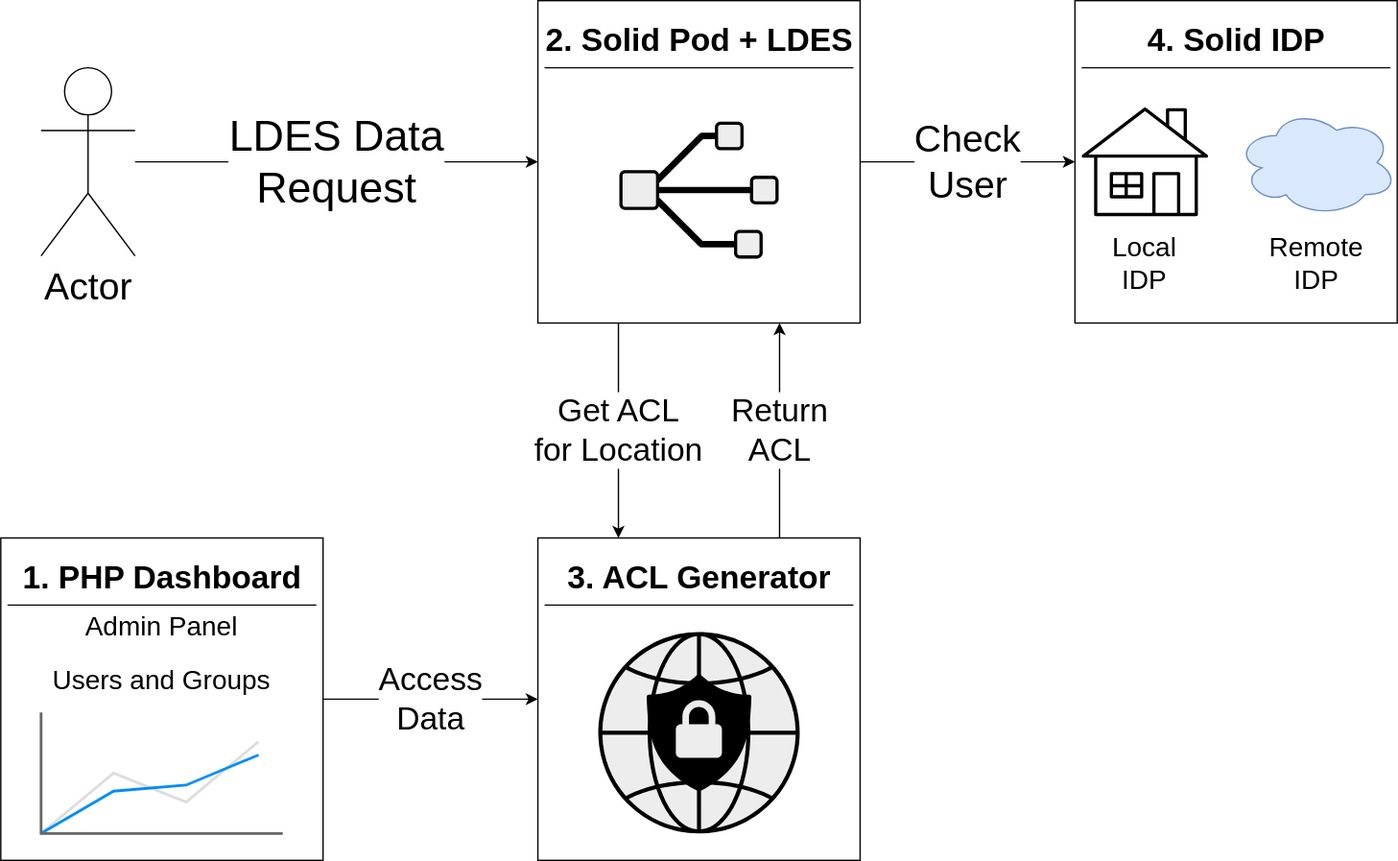
Before: chapters/Components.drawio.svg, a diagram exported from draw.io (ajuvercr/mumo-SemDH2026). Source tidied: cells renumbered, new cells last; positions are measured from the earlier drawing's top-left corner, leaving out a move shared by most shapes.
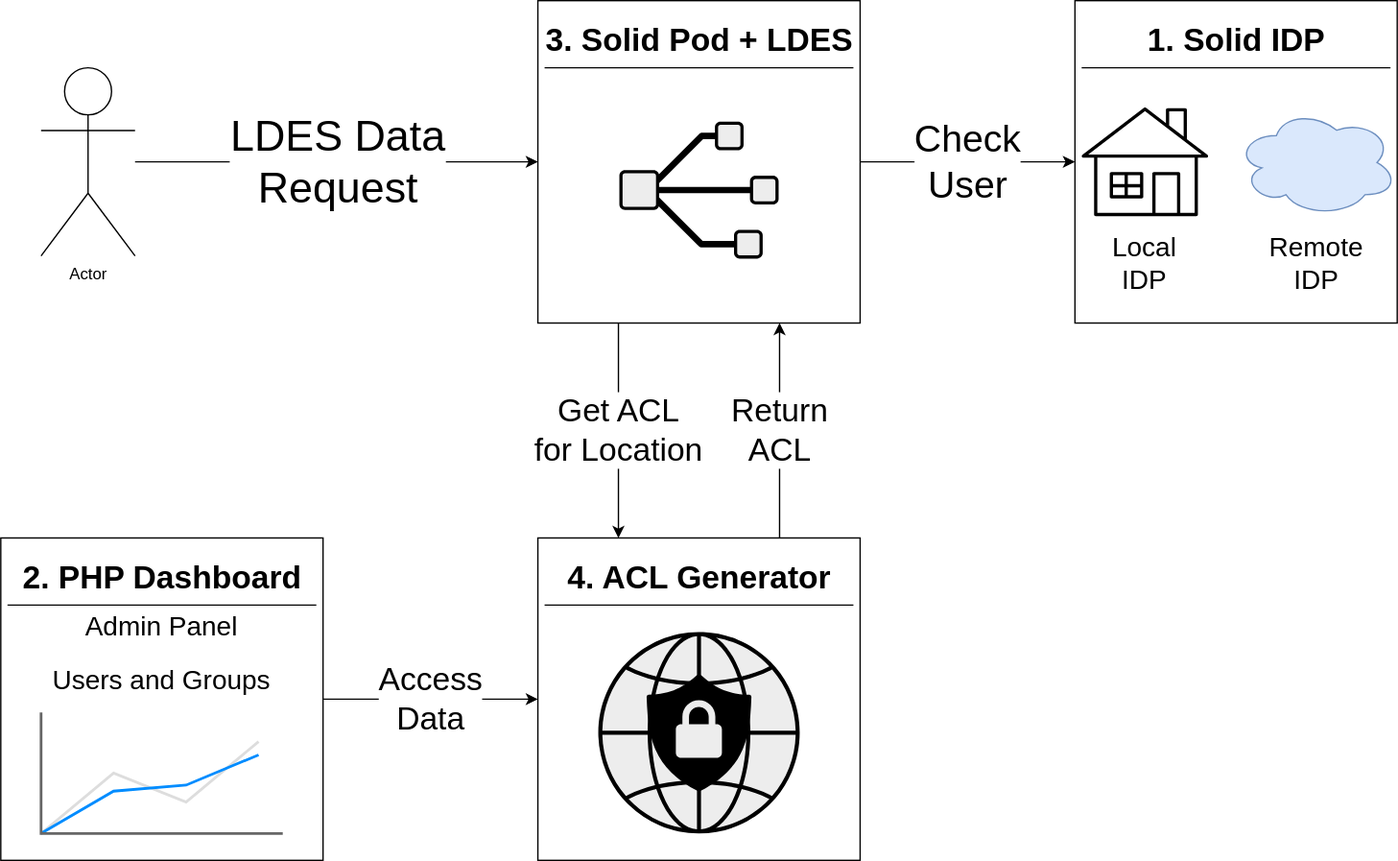
The same diagram one commit later.

Diff of the diagram source:
```diff
@@ -5,7 +5,7 @@
     <mxCell id="2" value="&lt;font style=&quot;font-size: 32px;&quot;&gt;LDES Data&lt;/font&gt;&lt;div&gt;&lt;font style=&quot;font-size: 32px;&quot;&gt;Request&lt;/font&gt;&lt;/div&gt;" style="edgeStyle=orthogonalEdgeStyle;rounded=0;jettySize=auto;html=1;entryX=0;entryY=0.5;entryDx=0;entryDy=0;" parent="1" edge="1" source="3" target="28">
       <mxGeometry relative="1" as="geometry" />
     </mxCell>
-    <mxCell id="3" value="&lt;font style=&quot;font-size: 28px;&quot;&gt;Actor&lt;/font&gt;" style="shape=umlActor;verticalLabelPosition=bottom;verticalAlign=top;html=1;outlineConnect=0;" parent="1" vertex="1">
+    <mxCell id="3" value="Actor" style="shape=umlActor;verticalLabelPosition=bottom;verticalAlign=top;html=1;outlineConnect=0;" parent="1" vertex="1">
       <mxGeometry x="30" y="50" width="70" height="140" as="geometry" />
     </mxCell>
     <mxCell id="4" style="group;" parent="1" vertex="1">
@@ -14,7 +14,7 @@
     <mxCell id="5" style="whiteSpace=wrap;html=1;verticalAlign=top;labelBorderColor=none;spacing=2;" parent="4" vertex="1">
       <mxGeometry width="240" height="240" as="geometry" />
     </mxCell>
-    <mxCell id="6" value="1. PHP Dashboard" style="text;strokeColor=none;fillColor=none;html=1;fontSize=24;fontStyle=1;verticalAlign=middle;align=center;" parent="4" vertex="1">
+    <mxCell id="6" value="2. PHP Dashboard" style="text;strokeColor=none;fillColor=none;html=1;fontSize=24;fontStyle=1;verticalAlign=middle;align=center;" parent="4" vertex="1">
       <mxGeometry x="5" y="10" width="230" height="40" as="geometry" />
     </mxCell>
     <mxCell id="7" style="endArrow=none;html=1;rounded=0;exitX=0;exitY=1;exitDx=0;exitDy=0;entryX=1;entryY=1;entryDx=0;entryDy=0;" parent="4" edge="1" source="6" target="6">
@@ -35,7 +35,7 @@
     <mxCell id="12" style="whiteSpace=wrap;html=1;verticalAlign=top;labelBorderColor=none;spacing=2;" parent="11" vertex="1">
       <mxGeometry width="240" height="240" as="geometry" />
     </mxCell>
-    <mxCell id="13" value="4. Solid IDP" style="text;strokeColor=none;fillColor=none;html=1;fontSize=24;fontStyle=1;verticalAlign=middle;align=center;" parent="11" vertex="1">
+    <mxCell id="13" value="1. Solid IDP" style="text;strokeColor=none;fillColor=none;html=1;fontSize=24;fontStyle=1;verticalAlign=middle;align=center;" parent="11" vertex="1">
       <mxGeometry x="5" y="10" width="230" height="40" as="geometry" />
     </mxCell>
     <mxCell id="14" style="endArrow=none;html=1;rounded=0;exitX=0;exitY=1;exitDx=0;exitDy=0;entryX=1;entryY=1;entryDx=0;entryDy=0;" parent="11" edge="1" source="13" target="13">
@@ -68,7 +68,7 @@
     <mxCell id="23" style="whiteSpace=wrap;html=1;verticalAlign=top;labelBorderColor=none;spacing=2;" parent="22" vertex="1">
       <mxGeometry width="240" height="240" as="geometry" />
     </mxCell>
-    <mxCell id="24" value="3. ACL Generator" style="text;strokeColor=none;fillColor=none;html=1;fontSize=24;fontStyle=1;verticalAlign=middle;align=center;" parent="22" vertex="1">
+    <mxCell id="24" value="4. ACL Generator" style="text;strokeColor=none;fillColor=none;html=1;fontSize=24;fontStyle=1;verticalAlign=middle;align=center;" parent="22" vertex="1">
       <mxGeometry x="5" y="10" width="230" height="40" as="geometry" />
     </mxCell>
     <mxCell id="25" style="endArrow=none;html=1;rounded=0;exitX=0;exitY=1;exitDx=0;exitDy=0;entryX=1;entryY=1;entryDx=0;entryDy=0;" parent="22" edge="1" source="24" target="24">
@@ -83,7 +83,7 @@
     <mxCell id="28" style="whiteSpace=wrap;html=1;verticalAlign=top;labelBorderColor=none;spacing=2;" parent="27" vertex="1">
       <mxGeometry width="240" height="240" as="geometry" />
     </mxCell>
-    <mxCell id="29" value="2. Solid Pod + LDES" style="text;strokeColor=none;fillColor=none;html=1;fontSize=24;fontStyle=1;verticalAlign=middle;align=center;" parent="27" vertex="1">
+    <mxCell id="29" value="3. Solid Pod + LDES" style="text;strokeColor=none;fillColor=none;html=1;fontSize=24;fontStyle=1;verticalAlign=middle;align=center;" parent="27" vertex="1">
       <mxGeometry x="5" y="10" width="230" height="40" as="geometry" />
     </mxCell>
     <mxCell id="30" style="endArrow=none;html=1;rounded=0;exitX=0;exitY=1;exitDx=0;exitDy=0;entryX=1;entryY=1;entryDx=0;entryDy=0;" parent="27" edge="1" source="29" target="29">
```
